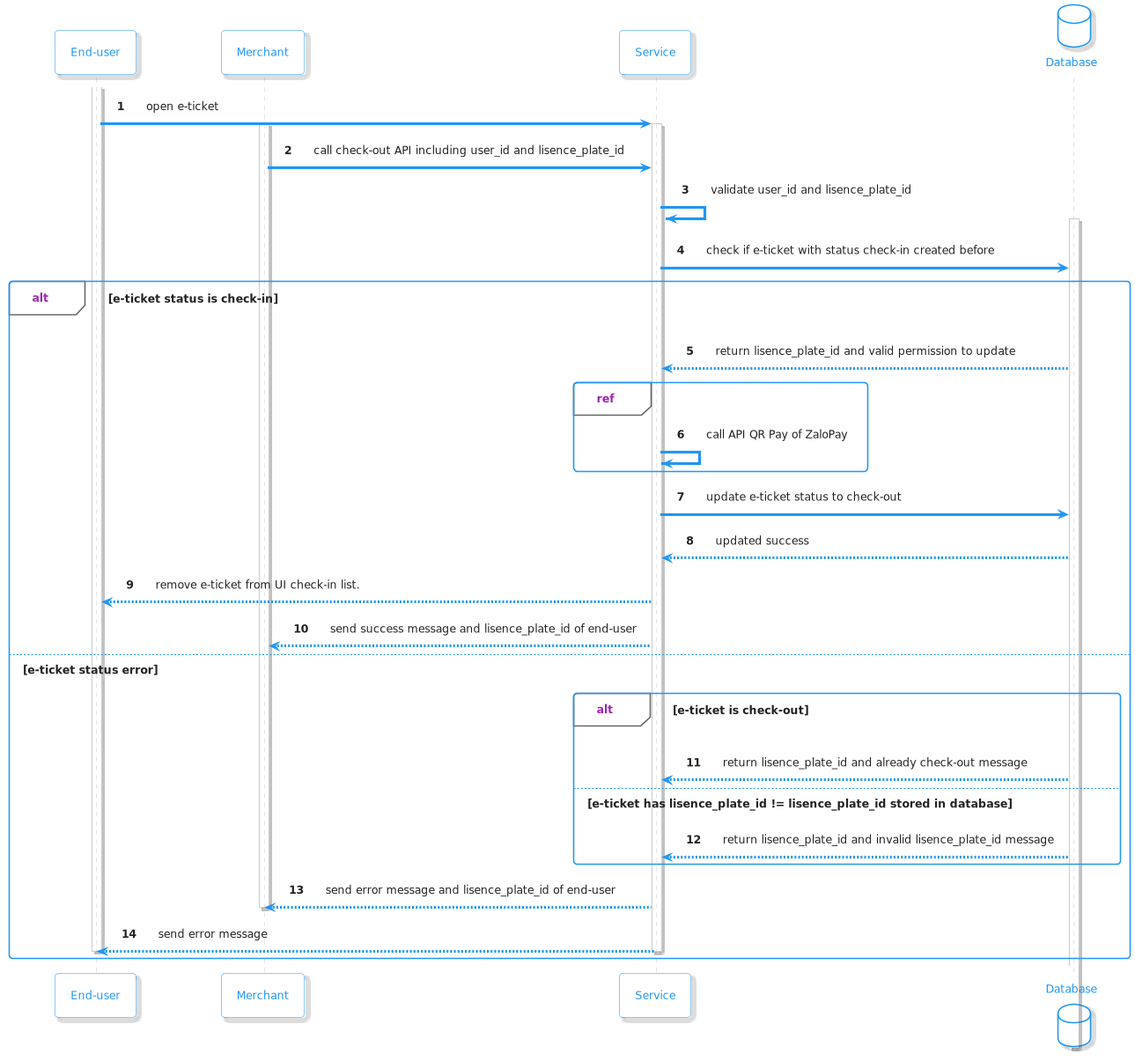
NV5T-pay2park/backend keeps this PlantUML diagram as src/main/java/service/checkout/checkout-diagram-0.png. Above is the earlier version.
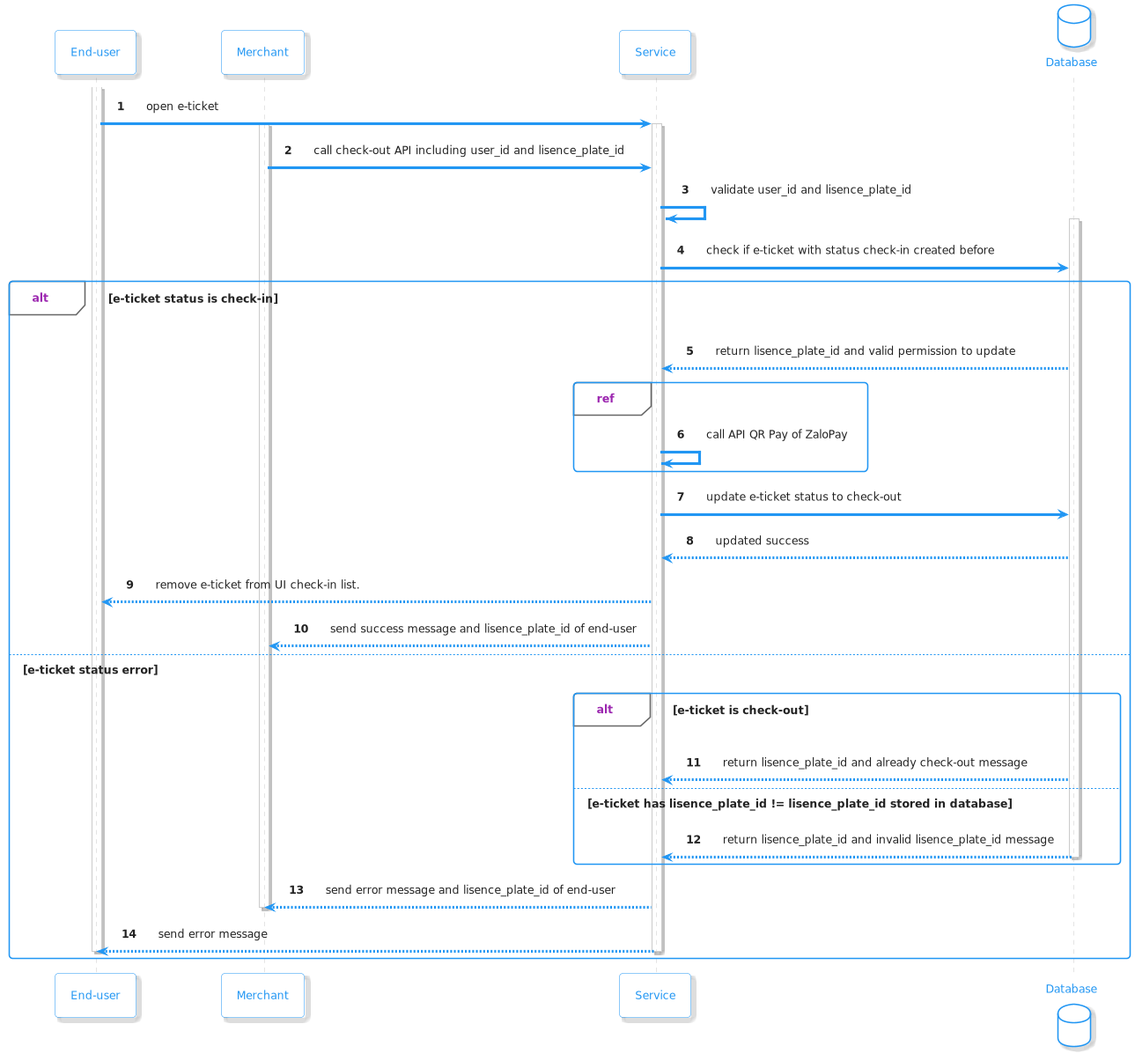
Above is the later version.

Commit message:
BREAKING CHANGE: deactivate database after send error message

What changed in the source:
```diff
@@ -36,6 +36,7 @@
       DB --> service: return lisence_plate_id and already check-out message
   else e-ticket has lisence_plate_id != lisence_plate_id stored in database
       DB --> service: return lisence_plate_id and invalid lisence_plate_id message
+      deactivate DB
   end
   service --> merchant: send error message and lisence_plate_id of end-user
   deactivate merchant
```
